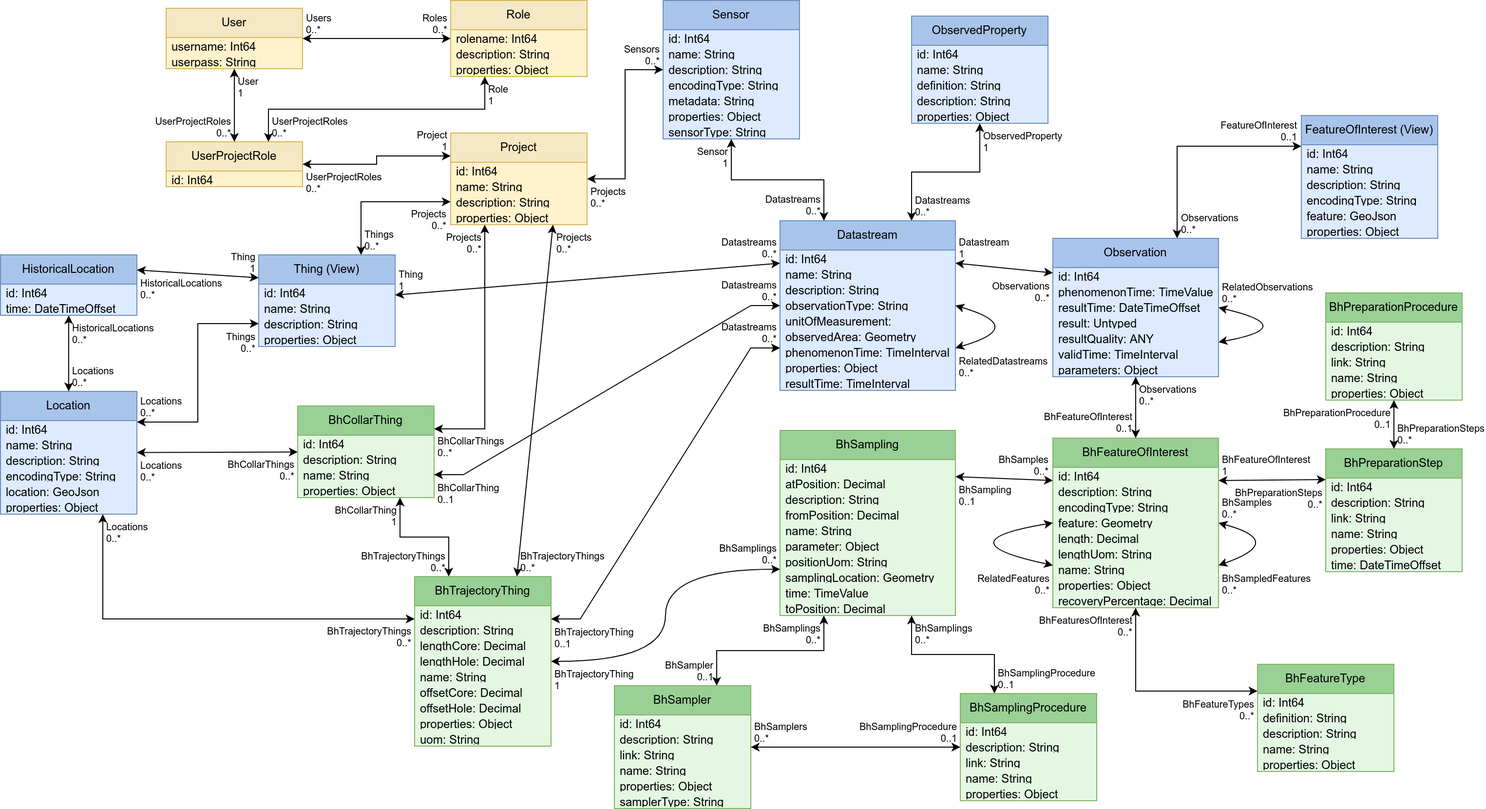
Before: Datamodel-SensorThingsApi-GeoTech.drawio.png, a diagram exported from draw.io (hylkevds/FROST-Server.Plugin.GeoTech). Source tidied: cells renumbered, new cells last; positions are measured from the earlier drawing's top-left corner, leaving out a move shared by most shapes.
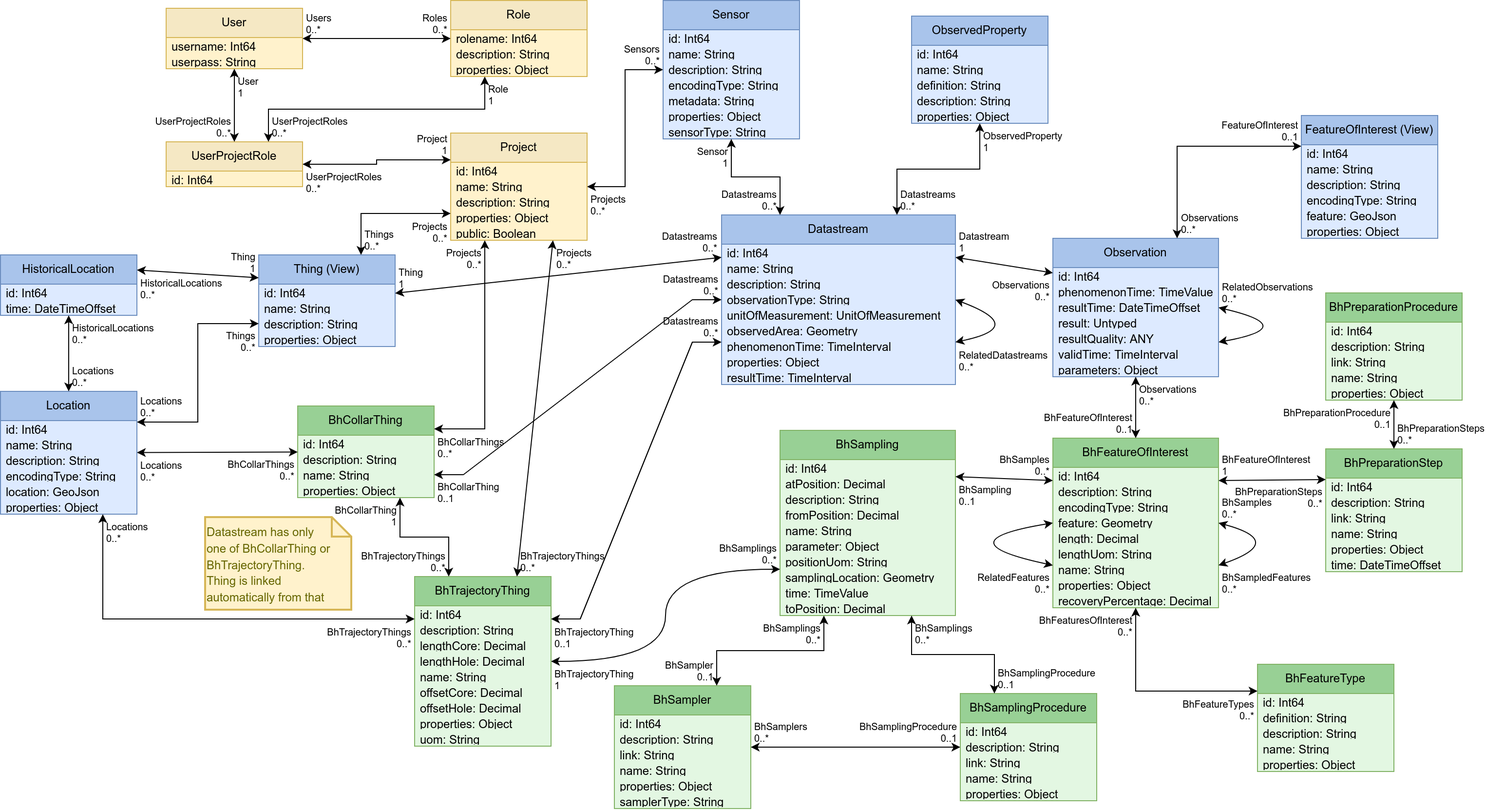
Later version of the same file.

Diff of the diagram source:
```diff
@@ -311,34 +311,34 @@
       <mxGeometry x="1" relative="1" as="geometry" />
     </mxCell>
     <mxCell id="102" value="Datastream" style="swimlane;fontStyle=0;horizontal=1;startSize=30;whiteSpace=wrap;html=1;fillColor=#A9C4EB;strokeColor=#6C8EBF;swimlaneFillColor=#DDEAFF;" parent="1" vertex="1">
-      <mxGeometry x="800" y="226" width="180" height="174" as="geometry" />
+      <mxGeometry x="740" y="220" width="240" height="174" as="geometry" />
     </mxCell>
     <mxCell id="103" value="id: Int64" style="text;strokeColor=none;fillColor=none;align=left;verticalAlign=middle;spacingLeft=4;spacingRight=4;overflow=hidden;whiteSpace=wrap;html=1;" parent="102" vertex="1">
-      <mxGeometry y="30" width="180" height="16" as="geometry" />
+      <mxGeometry y="30" width="240" height="16" as="geometry" />
     </mxCell>
     <mxCell id="104" value="name: String" style="text;strokeColor=none;fillColor=none;align=left;verticalAlign=middle;spacingLeft=4;spacingRight=4;overflow=hidden;whiteSpace=wrap;html=1;" parent="102" vertex="1">
-      <mxGeometry y="46" width="180" height="16" as="geometry" />
+      <mxGeometry y="46" width="240" height="16" as="geometry" />
     </mxCell>
     <mxCell id="105" value="description: String" style="text;strokeColor=none;fillColor=none;align=left;verticalAlign=middle;spacingLeft=4;spacingRight=4;overflow=hidden;whiteSpace=wrap;html=1;" parent="102" vertex="1">
-      <mxGeometry y="62" width="180" height="16" as="geometry" />
+      <mxGeometry y="62" width="240" height="16" as="geometry" />
     </mxCell>
     <mxCell id="106" value="observationType: String" style="text;strokeColor=none;fillColor=none;align=left;verticalAlign=middle;spacingLeft=4;spacingRight=4;overflow=hidden;whiteSpace=wrap;html=1;" parent="102" vertex="1">
-      <mxGeometry y="78" width="180" height="16" as="geometry" />
+      <mxGeometry y="78" width="240" height="16" as="geometry" />
     </mxCell>
     <mxCell id="107" value="unitOfMeasurement: UnitOfMeasurement" style="text;strokeColor=none;fillColor=none;align=left;verticalAlign=middle;spacingLeft=4;spacingRight=4;overflow=hidden;whiteSpace=wrap;html=1;" parent="102" vertex="1">
-      <mxGeometry y="94" width="180" height="16" as="geometry" />
+      <mxGeometry y="94" width="240" height="16" as="geometry" />
     </mxCell>
     <mxCell id="108" value="observedArea: Geometry" style="text;strokeColor=none;fillColor=none;align=left;verticalAlign=middle;spacingLeft=4;spacingRight=4;overflow=hidden;whiteSpace=wrap;html=1;" parent="102" vertex="1">
-      <mxGeometry y="110" width="180" height="16" as="geometry" />
+      <mxGeometry y="110" width="240" height="16" as="geometry" />
     </mxCell>
     <mxCell id="109" value="phenomenonTime: TimeInterval" style="text;strokeColor=none;fillColor=none;align=left;verticalAlign=middle;spacingLeft=4;spacingRight=4;overflow=hidden;whiteSpace=wrap;html=1;" parent="102" vertex="1">
-      <mxGeometry y="126" width="180" height="16" as="geometry" />
+      <mxGeometry y="126" width="240" height="16" as="geometry" />
     </mxCell>
     <mxCell id="110" value="properties: Object" style="text;strokeColor=none;fillColor=none;align=left;verticalAlign=middle;spacingLeft=4;spacingRight=4;overflow=hidden;whiteSpace=wrap;html=1;" parent="102" vertex="1">
-      <mxGeometry y="142" width="180" height="16" as="geometry" />
+      <mxGeometry y="142" width="240" height="16" as="geometry" />
     </mxCell>
     <mxCell id="111" value="resultTime: TimeInterval" style="text;strokeColor=none;fillColor=none;align=left;verticalAlign=middle;spacingLeft=4;spacingRight=4;overflow=hidden;whiteSpace=wrap;html=1;" parent="102" vertex="1">
-      <mxGeometry y="158" width="180" height="16" as="geometry" />
+      <mxGeometry y="158" width="240" height="16" as="geometry" />
     </mxCell>
     <mxCell id="112" style="endArrow=classic;startArrow=classic;html=1;rounded=0;edgeStyle=entityRelationEdgeStyle;entryX=1;entryY=0.75;entryDx=0;entryDy=0;exitX=0;exitY=0.5;exitDx=0;exitDy=0;" parent="1" edge="1" source="102" target="2">
       <mxGeometry relative="1" as="geometry" />
@@ -535,7 +535,7 @@
       <mxGeometry x="1" relative="1" as="geometry" />
     </mxCell>
     <mxCell id="174" value="Project" style="swimlane;fontStyle=0;horizontal=1;startSize=30;whiteSpace=wrap;html=1;fillColor=#F5E8C4;strokeColor=#d6b656;swimlaneFillColor=#FFF2CC;" parent="1" vertex="1">
-      <mxGeometry x="462" y="136" width="140" height="94" as="geometry" />
+      <mxGeometry x="462" y="136" width="140" height="110" as="geometry" />
     </mxCell>
     <mxCell id="175" value="id: Int64" style="text;strokeColor=none;fillColor=none;align=left;verticalAlign=middle;spacingLeft=4;spacingRight=4;overflow=hidden;whiteSpace=wrap;html=1;" parent="174" vertex="1">
       <mxGeometry y="30" width="140" height="16" as="geometry" />
@@ -549,6 +549,9 @@
     <mxCell id="178" value="properties: Object" style="text;strokeColor=none;fillColor=none;align=left;verticalAlign=middle;spacingLeft=4;spacingRight=4;overflow=hidden;whiteSpace=wrap;html=1;" parent="174" vertex="1">
       <mxGeometry y="78" width="140" height="16" as="geometry" />
     </mxCell>
+    <mxCell id="237" value="public: Boolean" style="text;strokeColor=none;fillColor=none;align=left;verticalAlign=middle;spacingLeft=4;spacingRight=4;overflow=hidden;whiteSpace=wrap;html=1;" parent="174" vertex="1">
+      <mxGeometry y="94" width="140" height="16" as="geometry" />
+    </mxCell>
     <mxCell id="179" style="endArrow=classic;startArrow=classic;html=1;rounded=0;exitX=0.25;exitY=1;exitDx=0;exitDy=0;edgeStyle=orthogonalEdgeStyle;entryX=1;entryY=0.25;entryDx=0;entryDy=0;" parent="1" edge="1" source="174" target="2">
       <mxGeometry relative="1" as="geometry" />
     </mxCell>
@@ -723,5 +726,8 @@
     <mxCell id="236" value="User&lt;br&gt;1" style="edgeLabel;html=1;align=left;verticalAlign=top;labelBackgroundColor=none;fontSize=10;spacingLeft=1;spacing=3;spacingRight=2;" parent="234" vertex="1">
       <mxGeometry x="1" relative="1" as="geometry" />
     </mxCell>
+    <mxCell id="238" value="&lt;font style=&quot;font-size: 12px;&quot;&gt;Datastream has only&lt;br&gt;one of BhCollarThing or BhTrajectoryThing.&lt;br&gt;Thing is linked automatically from that&lt;/font&gt;" style="shape=note;strokeWidth=2;fontSize=14;size=20;whiteSpace=wrap;html=1;fillColor=#fff2cc;strokeColor=#d6b656;fontColor=#666600;align=left;verticalAlign=top;" parent="1" vertex="1">
+      <mxGeometry x="210" y="530" width="150" height="95" as="geometry" />
+    </mxCell>
   </root>
 </mxGraphModel>
```
